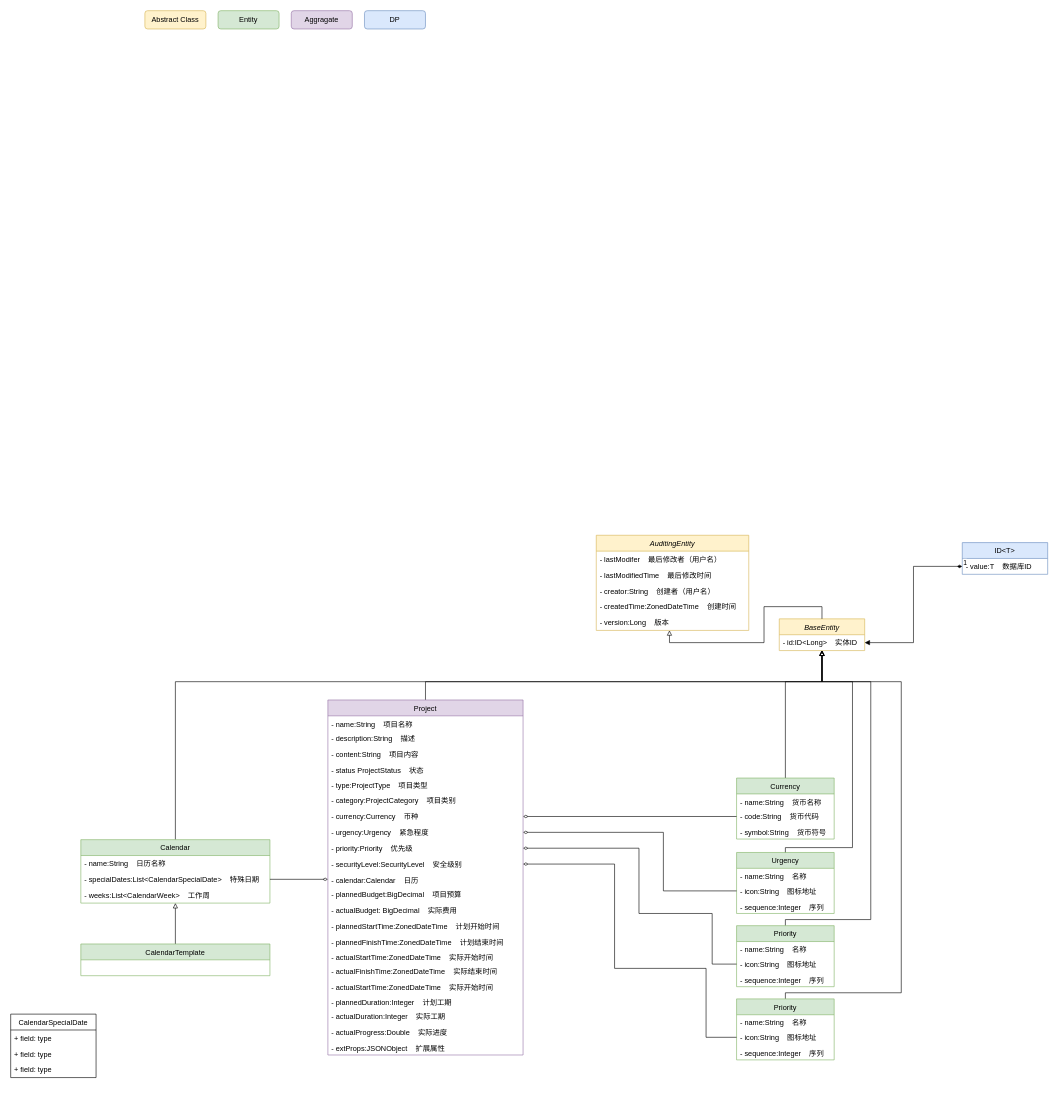
Earlier version of the draw.io diagram Untitled Diagram.drawio (mond70345/emop). Source tidied: cells renumbered, new cells numbered last; positions are measured from the earlier drawing's top-left corner, leaving out a move shared by most shapes. Both pictures are drawn from the tidied source at 61%, with x=0, y=0 at pixel (10, 10).
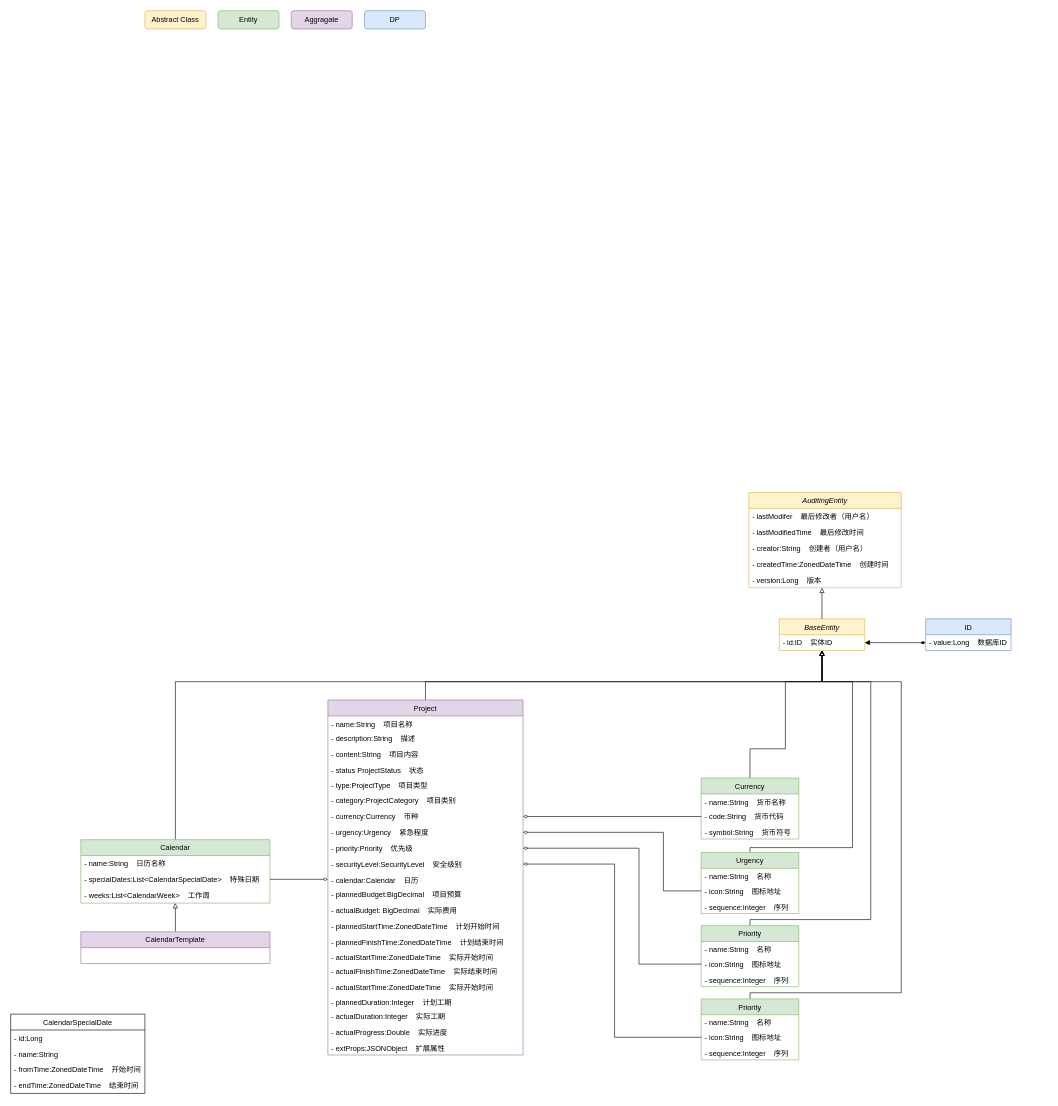
Above is the later version.

The change refers to these unchanged cells:
```xml
<mxCell id="11" value="BaseEntity" style="swimlane;fontStyle=2;horizontal=1;startSize=26;fillColor=#fff2cc;strokeColor=#d6b656;" parent="1" vertex="1">
  <mxGeometry x="1260" y="997" width="140" height="52" as="geometry" />
</mxCell>
<mxCell id="24" value="- priority:Priority    优先级" style="text;strokeColor=none;fillColor=none;align=left;verticalAlign=top;spacingLeft=4;spacingRight=4;overflow=hidden;points=[[0,0.5],[1,0.5]];portConstraint=eastwest;" parent="15" vertex="1">
  <mxGeometry y="230" width="320" height="26" as="geometry" />
</mxCell>
<mxCell id="25" value="- securityLevel:SecurityLevel    安全级别" style="text;strokeColor=none;fillColor=none;align=left;verticalAlign=top;spacingLeft=4;spacingRight=4;overflow=hidden;points=[[0,0.5],[1,0.5]];portConstraint=eastwest;" parent="15" vertex="1">
  <mxGeometry y="256" width="320" height="26" as="geometry" />
</mxCell>
<mxCell id="57" value="- icon:String    图标地址" style="text;strokeColor=none;fillColor=none;align=left;verticalAlign=top;spacingLeft=4;spacingRight=4;overflow=hidden;points=[[0,0.5],[1,0.5]];portConstraint=eastwest;" parent="55" vertex="1">
  <mxGeometry y="50" width="160" height="26" as="geometry" />
</mxCell>
<mxCell id="63" value="- icon:String    图标地址" style="text;strokeColor=none;fillColor=none;align=left;verticalAlign=top;spacingLeft=4;spacingRight=4;overflow=hidden;points=[[0,0.5],[1,0.5]];portConstraint=eastwest;" parent="61" vertex="1">
  <mxGeometry y="50" width="160" height="26" as="geometry" />
</mxCell>
```

Diff of the diagram source:
```diff
@@
     <mxCell id="2" style="edgeStyle=orthogonalEdgeStyle;rounded=0;jettySize=auto;html=1;exitX=0.5;exitY=0;exitDx=0;exitDy=0;startArrow=none;startFill=0;endArrow=block;endFill=0;startSize=6;endSize=6;" parent="1" edge="1" source="38" target="12">
       <mxGeometry relative="1" as="geometry">
         <Array as="points">
+          <mxPoint x="1212" y="1210" />
+          <mxPoint x="1270" y="1210" />
           <mxPoint x="1270" y="1100" />
           <mxPoint x="1330" y="1100" />
         </Array>
       </mxGeometry>
     </mxCell>
     <mxCell id="3" value="AuditingEntity" style="swimlane;fontStyle=2;horizontal=1;startSize=26;fillColor=#fff2cc;strokeColor=#d6b656;" parent="1" vertex="1">
-      <mxGeometry x="960" y="860" width="250" height="156" as="geometry" />
+      <mxGeometry x="1210" y="790" width="250" height="156" as="geometry" />
     </mxCell>
@@
-    <mxCell id="9" value="ID&lt;T&gt;" style="swimlane;fontStyle=0;horizontal=1;startSize=26;fillColor=#dae8fc;strokeColor=#6c8ebf;" parent="1" vertex="1">
-      <mxGeometry x="1560" y="872" width="140" height="52" as="geometry" />
+    <mxCell id="9" value="ID" style="swimlane;fontStyle=0;horizontal=1;startSize=26;fillColor=#dae8fc;strokeColor=#6c8ebf;" parent="1" vertex="1">
+      <mxGeometry x="1500" y="997" width="140" height="52" as="geometry" />
     </mxCell>
-    <mxCell id="10" value="- value:T    数据库ID&#10;" style="text;strokeColor=none;fillColor=none;align=left;verticalAlign=top;spacingLeft=4;spacingRight=4;overflow=hidden;points=[[0,0.5],[1,0.5]];portConstraint=eastwest;" parent="9" vertex="1">
+    <mxCell id="10" value="- value:Long    数据库ID" style="text;strokeColor=none;fillColor=none;align=left;verticalAlign=top;spacingLeft=4;spacingRight=4;overflow=hidden;points=[[0,0.5],[1,0.5]];portConstraint=eastwest;" parent="9" vertex="1">
       <mxGeometry y="26" width="140" height="26" as="geometry" />
     </mxCell>
@@
-    <mxCell id="12" value="- id:ID&lt;Long&gt;    实体ID&#10;" style="text;strokeColor=none;fillColor=none;align=left;verticalAlign=top;spacingLeft=4;spacingRight=4;overflow=hidden;points=[[0,0.5],[1,0.5]];portConstraint=eastwest;" parent="11" vertex="1">
+    <mxCell id="12" value="- id:ID    实体ID&#10;" style="text;strokeColor=none;fillColor=none;align=left;verticalAlign=top;spacingLeft=4;spacingRight=4;overflow=hidden;points=[[0,0.5],[1,0.5]];portConstraint=eastwest;" parent="11" vertex="1">
       <mxGeometry y="26" width="140" height="26" as="geometry" />
     </mxCell>
-    <mxCell id="13" value="1" style="endArrow=block;html=1;endSize=6;startArrow=diamondThin;startSize=6;startFill=1;edgeStyle=orthogonalEdgeStyle;align=left;verticalAlign=bottom;rounded=0;exitX=0;exitY=0.5;exitDx=0;exitDy=0;entryX=1;entryY=0.5;entryDx=0;entryDy=0;endFill=1;" parent="1" edge="1" source="10" target="12">
-      <mxGeometry x="-1" y="3" relative="1" as="geometry" />
-    </mxCell>
@@
     <mxCell id="38" value="Currency" style="swimlane;fontStyle=0;horizontal=1;startSize=26;fillColor=#d5e8d4;strokeColor=#82b366;" parent="1" vertex="1">
-      <mxGeometry x="1190" y="1258" width="160" height="100" as="geometry" />
+      <mxGeometry x="1132" y="1258" width="160" height="100" as="geometry" />
     </mxCell>
@@
-    <mxCell id="48" style="edgeStyle=orthogonalEdgeStyle;rounded=0;jettySize=auto;html=1;exitX=0.5;exitY=0;exitDx=0;exitDy=0;startArrow=none;startFill=0;endArrow=block;endFill=0;startSize=6;endSize=6;" parent="1" edge="1" target="11">
+    <mxCell id="48" style="edgeStyle=orthogonalEdgeStyle;rounded=0;jettySize=auto;html=1;startArrow=none;startFill=0;endArrow=block;endFill=0;startSize=6;endSize=6;" parent="1" edge="1" source="49" target="11">
       <mxGeometry relative="1" as="geometry">
-        <mxPoint x="1270" y="1382" as="sourcePoint" />
         <Array as="points">
-          <mxPoint x="1270" y="1372" />
+          <mxPoint x="1212" y="1372" />
           <mxPoint x="1380" y="1372" />
           <mxPoint x="1380" y="1100" />
           <mxPoint x="1330" y="1100" />
         </Array>
       </mxGeometry>
     </mxCell>
     <mxCell id="49" value="Urgency" style="swimlane;fontStyle=0;horizontal=1;startSize=26;fillColor=#d5e8d4;strokeColor=#82b366;" parent="1" vertex="1">
-      <mxGeometry x="1190" y="1380" width="160" height="100" as="geometry" />
+      <mxGeometry x="1132" y="1380" width="160" height="100" as="geometry" />
     </mxCell>
@@
     <mxCell id="54" style="edgeStyle=orthogonalEdgeStyle;rounded=0;jettySize=auto;html=1;exitX=0.5;exitY=0;exitDx=0;exitDy=0;startArrow=none;startFill=0;endArrow=block;endFill=0;startSize=6;endSize=6;" parent="1" edge="1" source="55" target="11">
       <mxGeometry relative="1" as="geometry">
         <Array as="points">
-          <mxPoint x="1270" y="1490" />
+          <mxPoint x="1212" y="1490" />
           <mxPoint x="1410" y="1490" />
           <mxPoint x="1410" y="1100" />
           <mxPoint x="1330" y="1100" />
         </Array>
       </mxGeometry>
     </mxCell>
     <mxCell id="55" value="Priority" style="swimlane;fontStyle=0;horizontal=1;startSize=26;fillColor=#d5e8d4;strokeColor=#82b366;" parent="1" vertex="1">
-      <mxGeometry x="1190" y="1500" width="160" height="100" as="geometry" />
+      <mxGeometry x="1132" y="1500" width="160" height="100" as="geometry" />
     </mxCell>
@@
     <mxCell id="59" style="edgeStyle=orthogonalEdgeStyle;rounded=0;jettySize=auto;html=1;exitX=0;exitY=0.5;exitDx=0;exitDy=0;entryX=1;entryY=0.5;entryDx=0;entryDy=0;startArrow=none;startFill=0;endArrow=diamondThin;endFill=0;startSize=6;endSize=6;" parent="1" edge="1" source="57" target="24">
       <mxGeometry relative="1" as="geometry">
         <Array as="points">
-          <mxPoint x="1150" y="1563" />
-          <mxPoint x="1150" y="1480" />
-          <mxPoint x="1030" y="1480" />
+          <mxPoint x="1030" y="1563" />
           <mxPoint x="1030" y="1373" />
         </Array>
       </mxGeometry>
     </mxCell>
     <mxCell id="60" style="edgeStyle=orthogonalEdgeStyle;rounded=0;jettySize=auto;html=1;exitX=0.5;exitY=0;exitDx=0;exitDy=0;startArrow=none;startFill=0;endArrow=block;endFill=0;startSize=6;endSize=6;" parent="1" edge="1" source="61" target="11">
       <mxGeometry relative="1" as="geometry">
         <Array as="points">
-          <mxPoint x="1270" y="1610" />
+          <mxPoint x="1212" y="1610" />
           <mxPoint x="1460" y="1610" />
           <mxPoint x="1460" y="1100" />
           <mxPoint x="1330" y="1100" />
         </Array>
       </mxGeometry>
     </mxCell>
     <mxCell id="61" value="Priority" style="swimlane;fontStyle=0;horizontal=1;startSize=26;fillColor=#d5e8d4;strokeColor=#82b366;" parent="1" vertex="1">
-      <mxGeometry x="1190" y="1620" width="160" height="100" as="geometry" />
+      <mxGeometry x="1132" y="1620" width="160" height="100" as="geometry" />
     </mxCell>
@@
     <mxCell id="65" style="edgeStyle=orthogonalEdgeStyle;rounded=0;jettySize=auto;html=1;exitX=0;exitY=0.5;exitDx=0;exitDy=0;entryX=1;entryY=0.5;entryDx=0;entryDy=0;startArrow=none;startFill=0;endArrow=diamondThin;endFill=0;startSize=6;endSize=6;" parent="1" edge="1" source="63" target="25">
       <mxGeometry relative="1" as="geometry">
         <Array as="points">
-          <mxPoint x="1140" y="1683" />
-          <mxPoint x="1140" y="1570" />
-          <mxPoint x="990" y="1570" />
+          <mxPoint x="990" y="1683" />
           <mxPoint x="990" y="1399" />
         </Array>
       </mxGeometry>
     </mxCell>
@@
-    <mxCell id="73" value="CalendarTemplate" style="swimlane;fontStyle=0;horizontal=1;startSize=26;fillColor=#d5e8d4;strokeColor=#82b366;" parent="1" vertex="1">
-      <mxGeometry x="115" y="1530" width="310" height="52" as="geometry" />
+    <mxCell id="73" value="CalendarTemplate" style="swimlane;fontStyle=0;horizontal=1;startSize=26;fillColor=#e1d5e7;strokeColor=#9673a6;" parent="1" vertex="1">
+      <mxGeometry x="115" y="1510" width="310" height="52" as="geometry" />
     </mxCell>
     <mxCell id="74" value="CalendarSpecialDate" style="swimlane;fontStyle=0;horizontal=1;startSize=26;fillColor=none;" parent="1" vertex="1">
-      <mxGeometry y="1645" width="140" height="104" as="geometry" />
+      <mxGeometry y="1645" width="220" height="130" as="geometry" />
     </mxCell>
+    <mxCell id="78" value="- id:Long" style="text;strokeColor=none;fillColor=none;align=left;verticalAlign=top;spacingLeft=4;spacingRight=4;overflow=hidden;" parent="74" vertex="1">
+      <mxGeometry y="26" width="220" height="26" as="geometry" />
+    </mxCell>
-    <mxCell id="75" value="+ field: type" style="text;strokeColor=none;fillColor=none;align=left;verticalAlign=top;spacingLeft=4;spacingRight=4;overflow=hidden;" parent="74" vertex="1">
-      <mxGeometry y="26" width="140" height="26" as="geometry" />
+    <mxCell id="75" value="- name:String" style="text;strokeColor=none;fillColor=none;align=left;verticalAlign=top;spacingLeft=4;spacingRight=4;overflow=hidden;" parent="74" vertex="1">
+      <mxGeometry y="52" width="220" height="26" as="geometry" />
     </mxCell>
-    <mxCell id="76" value="+ field: type" style="text;strokeColor=none;fillColor=none;align=left;verticalAlign=top;spacingLeft=4;spacingRight=4;overflow=hidden;" parent="74" vertex="1">
-      <mxGeometry y="52" width="140" height="26" as="geometry" />
+    <mxCell id="76" value="- fromTime:ZonedDateTime    开始时间" style="text;strokeColor=none;fillColor=none;align=left;verticalAlign=top;spacingLeft=4;spacingRight=4;overflow=hidden;" parent="74" vertex="1">
+      <mxGeometry y="78" width="220" height="26" as="geometry" />
     </mxCell>
-    <mxCell id="77" value="+ field: type" style="text;strokeColor=none;fillColor=none;align=left;verticalAlign=top;spacingLeft=4;spacingRight=4;overflow=hidden;" parent="74" vertex="1">
-      <mxGeometry y="78" width="140" height="26" as="geometry" />
+    <mxCell id="77" value="- endTime:ZonedDateTime    结束时间" style="text;strokeColor=none;fillColor=none;align=left;verticalAlign=top;spacingLeft=4;spacingRight=4;overflow=hidden;" parent="74" vertex="1">
+      <mxGeometry y="104" width="220" height="26" as="geometry" />
     </mxCell>
+    <mxCell id="13" style="edgeStyle=orthogonalEdgeStyle;rounded=0;jettySize=auto;html=1;exitX=0;exitY=0.5;exitDx=0;exitDy=0;entryX=1;entryY=0.5;entryDx=0;entryDy=0;startArrow=diamondThin;startFill=1;endArrow=block;endFill=1;startSize=6;endSize=6;" parent="1" edge="1" source="10" target="12">
+      <mxGeometry relative="1" as="geometry" />
+    </mxCell>
```
